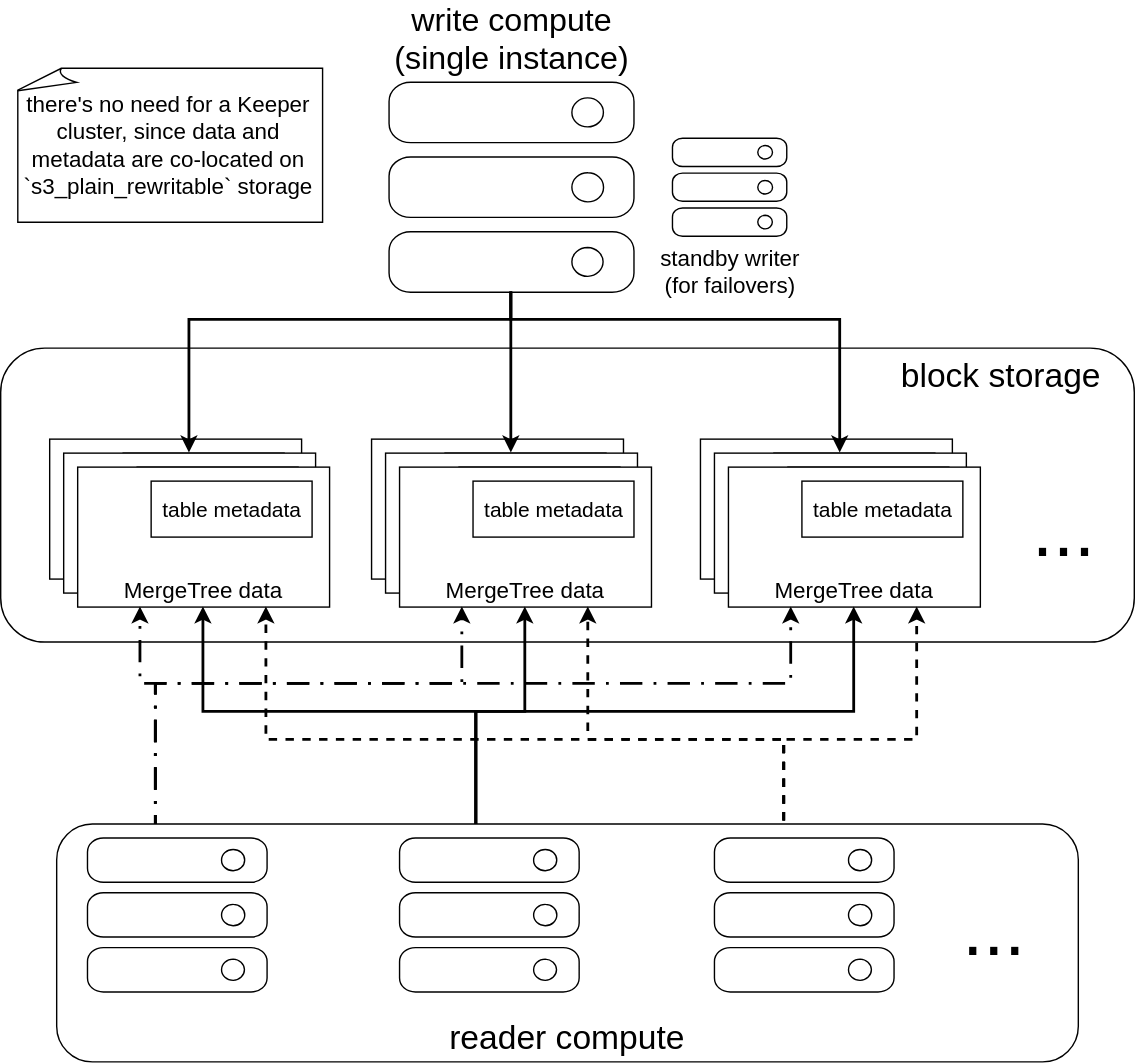
The draw.io diagram clickhouse-swmr.drawio.svg in kasimeka/clickhouse-compute-storage-separation-literature-review, before a commit. Source tidied: cells renumbered, new cells last; positions are measured from the earlier drawing's top-left corner, leaving out a move shared by most shapes. Its diagram source:
```xml
<mxGraphModel>
  <root>
    <mxCell id="0" />
    <mxCell id="1" parent="0" />
    <mxCell id="2" value="&lt;div&gt;standby writer&lt;/div&gt;&lt;div&gt;(for failovers)&lt;/div&gt;" style="html=1;align=center;shadow=0;dashed=0;fillColor=none;strokeColor=light-dark(#000000, #ededed);shape=mxgraph.alibaba_cloud.ecs_elastic_compute_service;verticalAlign=top;labelPosition=center;verticalLabelPosition=bottom;fontSize=16;" parent="1" vertex="1">
      <mxGeometry x="480" y="50" width="81.7" height="70" as="geometry" />
    </mxCell>
    <mxCell id="3" style="group;" parent="1" vertex="1">
      <mxGeometry y="200" width="810" height="210" as="geometry" />
    </mxCell>
    <mxCell id="4" style="group;" parent="3" vertex="1">
      <mxGeometry width="810" height="210" as="geometry" />
    </mxCell>
    <mxCell id="5" style="rounded=1;whiteSpace=wrap;html=1;verticalAlign=bottom;fontSize=24;labelPosition=left;verticalLabelPosition=top;align=right;" parent="4" vertex="1">
      <mxGeometry width="810" height="210" as="geometry" />
    </mxCell>
    <mxCell id="6" value="block storage" style="text;html=1;whiteSpace=wrap;strokeColor=none;fillColor=none;align=center;verticalAlign=middle;rounded=0;fontSize=24;" parent="4" vertex="1">
      <mxGeometry x="630" width="170" height="40" as="geometry" />
    </mxCell>
    <mxCell id="7" value="..." style="text;html=1;whiteSpace=wrap;strokeColor=none;fillColor=none;align=center;verticalAlign=middle;rounded=0;fontSize=54;" parent="4" vertex="1">
      <mxGeometry x="730" y="115" width="60" height="30" as="geometry" />
    </mxCell>
    <mxCell id="8" style="group;" parent="3" vertex="1">
      <mxGeometry x="35" y="65" width="665" height="120" as="geometry" />
    </mxCell>
    <mxCell id="9" style="group;" parent="8" vertex="1">
      <mxGeometry width="200" height="120" as="geometry" />
    </mxCell>
    <mxCell id="10" style="group;" parent="9" vertex="1">
      <mxGeometry width="180" height="100" as="geometry" />
    </mxCell>
    <mxCell id="11" value="&lt;div&gt;MergeTree data&lt;/div&gt;" style="rounded=0;whiteSpace=wrap;html=1;verticalAlign=bottom;fontSize=16;" parent="10" vertex="1">
      <mxGeometry width="180" height="100" as="geometry" />
    </mxCell>
    <mxCell id="12" value="table metadata" style="rounded=0;whiteSpace=wrap;html=1;fontSize=15;" parent="10" vertex="1">
      <mxGeometry x="52.5" y="10" width="115" height="40" as="geometry" />
    </mxCell>
    <mxCell id="13" style="group;" parent="9" vertex="1">
      <mxGeometry x="10" y="10" width="180" height="100" as="geometry" />
    </mxCell>
    <mxCell id="14" value="&lt;div&gt;MergeTree data&lt;/div&gt;" style="rounded=0;whiteSpace=wrap;html=1;verticalAlign=bottom;fontSize=16;" parent="13" vertex="1">
      <mxGeometry width="180" height="100" as="geometry" />
    </mxCell>
    <mxCell id="15" value="table metadata" style="rounded=0;whiteSpace=wrap;html=1;fontSize=15;" parent="13" vertex="1">
      <mxGeometry x="52.5" y="10" width="115" height="40" as="geometry" />
    </mxCell>
    <mxCell id="16" style="group;" parent="9" vertex="1">
      <mxGeometry x="20" y="20" width="180" height="100" as="geometry" />
    </mxCell>
    <mxCell id="17" value="&lt;div&gt;MergeTree data&lt;/div&gt;" style="rounded=0;whiteSpace=wrap;html=1;verticalAlign=bottom;fontSize=16;" parent="16" vertex="1">
      <mxGeometry width="180" height="100" as="geometry" />
    </mxCell>
    <mxCell id="18" value="table metadata" style="rounded=0;whiteSpace=wrap;html=1;fontSize=15;" parent="16" vertex="1">
      <mxGeometry x="52.5" y="10" width="115" height="40" as="geometry" />
    </mxCell>
    <mxCell id="19" style="group;" parent="8" vertex="1">
      <mxGeometry x="465" width="200" height="120" as="geometry" />
    </mxCell>
    <mxCell id="20" style="group;" parent="19" vertex="1">
      <mxGeometry width="180" height="100" as="geometry" />
    </mxCell>
    <mxCell id="21" value="&lt;div&gt;MergeTree data&lt;/div&gt;" style="rounded=0;whiteSpace=wrap;html=1;verticalAlign=bottom;fontSize=16;" parent="20" vertex="1">
      <mxGeometry width="180" height="100" as="geometry" />
    </mxCell>
    <mxCell id="22" value="table metadata" style="rounded=0;whiteSpace=wrap;html=1;fontSize=15;" parent="20" vertex="1">
      <mxGeometry x="52.5" y="10" width="115" height="40" as="geometry" />
    </mxCell>
    <mxCell id="23" style="group;" parent="19" vertex="1">
      <mxGeometry x="10" y="10" width="180" height="100" as="geometry" />
    </mxCell>
    <mxCell id="24" value="&lt;div&gt;MergeTree data&lt;/div&gt;" style="rounded=0;whiteSpace=wrap;html=1;verticalAlign=bottom;fontSize=16;" parent="23" vertex="1">
      <mxGeometry width="180" height="100" as="geometry" />
    </mxCell>
    <mxCell id="25" value="table metadata" style="rounded=0;whiteSpace=wrap;html=1;fontSize=15;" parent="23" vertex="1">
      <mxGeometry x="52.5" y="10" width="115" height="40" as="geometry" />
    </mxCell>
    <mxCell id="26" style="group;" parent="19" vertex="1">
      <mxGeometry x="20" y="20" width="180" height="100" as="geometry" />
    </mxCell>
    <mxCell id="27" value="&lt;div&gt;MergeTree data&lt;/div&gt;" style="rounded=0;whiteSpace=wrap;html=1;verticalAlign=bottom;fontSize=16;" parent="26" vertex="1">
      <mxGeometry width="180" height="100" as="geometry" />
    </mxCell>
    <mxCell id="28" value="table metadata" style="rounded=0;whiteSpace=wrap;html=1;fontSize=15;" parent="26" vertex="1">
      <mxGeometry x="52.5" y="10" width="115" height="40" as="geometry" />
    </mxCell>
    <mxCell id="29" style="group;" parent="8" vertex="1">
      <mxGeometry x="230" width="200" height="120" as="geometry" />
    </mxCell>
    <mxCell id="30" style="group;" parent="29" vertex="1">
      <mxGeometry width="180" height="100" as="geometry" />
    </mxCell>
    <mxCell id="31" value="&lt;div&gt;MergeTree data&lt;/div&gt;" style="rounded=0;whiteSpace=wrap;html=1;verticalAlign=bottom;fontSize=16;" parent="30" vertex="1">
      <mxGeometry width="180" height="100" as="geometry" />
    </mxCell>
    <mxCell id="32" value="table metadata" style="rounded=0;whiteSpace=wrap;html=1;fontSize=15;" parent="30" vertex="1">
      <mxGeometry x="52.5" y="10" width="115" height="40" as="geometry" />
    </mxCell>
    <mxCell id="33" style="group;" parent="29" vertex="1">
      <mxGeometry x="10" y="10" width="180" height="100" as="geometry" />
    </mxCell>
    <mxCell id="34" value="&lt;div&gt;MergeTree data&lt;/div&gt;" style="rounded=0;whiteSpace=wrap;html=1;verticalAlign=bottom;fontSize=16;" parent="33" vertex="1">
      <mxGeometry width="180" height="100" as="geometry" />
    </mxCell>
    <mxCell id="35" value="table metadata" style="rounded=0;whiteSpace=wrap;html=1;fontSize=15;" parent="33" vertex="1">
      <mxGeometry x="52.5" y="10" width="115" height="40" as="geometry" />
    </mxCell>
    <mxCell id="36" style="group;" parent="29" vertex="1">
      <mxGeometry x="20" y="20" width="180" height="100" as="geometry" />
    </mxCell>
    <mxCell id="37" value="&lt;div&gt;MergeTree data&lt;/div&gt;" style="rounded=0;whiteSpace=wrap;html=1;verticalAlign=bottom;fontSize=16;" parent="36" vertex="1">
      <mxGeometry width="180" height="100" as="geometry" />
    </mxCell>
    <mxCell id="38" value="table metadata" style="rounded=0;whiteSpace=wrap;html=1;fontSize=15;" parent="36" vertex="1">
      <mxGeometry x="52.5" y="10" width="115" height="40" as="geometry" />
    </mxCell>
    <mxCell id="39" value="&lt;div&gt;write compute&lt;/div&gt;&lt;div&gt;(single instance)&lt;/div&gt;" style="points=[];html=1;align=center;shadow=0;dashed=0;fillColor=none;strokeColor=light-dark(#000000, #ededed);shape=mxgraph.alibaba_cloud.ecs_elastic_compute_service;verticalAlign=bottom;labelPosition=center;verticalLabelPosition=top;fontSize=23;" parent="1" vertex="1">
      <mxGeometry x="277.5" y="10" width="175" height="150" as="geometry" />
    </mxCell>
    <mxCell id="40" style="edgeStyle=orthogonalEdgeStyle;rounded=0;jettySize=auto;html=1;entryX=0.5;entryY=0;entryDx=0;entryDy=0;strokeWidth=2;" parent="1" edge="1" source="39" target="14">
      <mxGeometry relative="1" as="geometry">
        <Array as="points">
          <mxPoint x="365" y="180" />
          <mxPoint x="135" y="180" />
        </Array>
      </mxGeometry>
    </mxCell>
    <mxCell id="41" style="edgeStyle=orthogonalEdgeStyle;rounded=0;jettySize=auto;html=1;entryX=0.5;entryY=0;entryDx=0;entryDy=0;strokeWidth=2;" parent="1" edge="1" source="39" target="34">
      <mxGeometry relative="1" as="geometry" />
    </mxCell>
    <mxCell id="42" style="edgeStyle=orthogonalEdgeStyle;rounded=0;jettySize=auto;html=1;entryX=0.5;entryY=0;entryDx=0;entryDy=0;strokeWidth=2;" parent="1" edge="1" source="39" target="24">
      <mxGeometry relative="1" as="geometry">
        <Array as="points">
          <mxPoint x="365" y="180" />
          <mxPoint x="600" y="180" />
        </Array>
      </mxGeometry>
    </mxCell>
    <mxCell id="43" style="edgeStyle=orthogonalEdgeStyle;rounded=0;jettySize=auto;html=1;entryX=0.25;entryY=1;entryDx=0;entryDy=0;strokeWidth=2;dashed=1;dashPattern=8 4 1 4;" parent="1" edge="1" source="53" target="27">
      <mxGeometry relative="1" as="geometry">
        <Array as="points">
          <mxPoint x="111" y="440" />
          <mxPoint x="565" y="440" />
        </Array>
      </mxGeometry>
    </mxCell>
    <mxCell id="44" style="edgeStyle=orthogonalEdgeStyle;rounded=0;jettySize=auto;html=1;entryX=0.25;entryY=1;entryDx=0;entryDy=0;strokeWidth=2;dashed=1;dashPattern=8 4 1 4;" parent="1" edge="1" source="53" target="17">
      <mxGeometry relative="1" as="geometry">
        <Array as="points">
          <mxPoint x="111" y="440" />
          <mxPoint x="100" y="440" />
        </Array>
      </mxGeometry>
    </mxCell>
    <mxCell id="45" style="edgeStyle=orthogonalEdgeStyle;rounded=0;jettySize=auto;html=1;entryX=0.25;entryY=1;entryDx=0;entryDy=0;strokeWidth=2;dashed=1;dashPattern=8 4 1 4;" parent="1" edge="1" source="53" target="37">
      <mxGeometry relative="1" as="geometry">
        <Array as="points">
          <mxPoint x="111" y="440" />
          <mxPoint x="330" y="440" />
        </Array>
      </mxGeometry>
    </mxCell>
    <mxCell id="46" style="edgeStyle=orthogonalEdgeStyle;rounded=0;jettySize=auto;html=1;entryX=0.5;entryY=1;entryDx=0;entryDy=0;labelBorderColor=light-dark(default, #646464);strokeWidth=2;" parent="1" edge="1" source="54" target="17">
      <mxGeometry relative="1" as="geometry">
        <Array as="points">
          <mxPoint x="340" y="460" />
          <mxPoint x="145" y="460" />
        </Array>
      </mxGeometry>
    </mxCell>
    <mxCell id="47" style="edgeStyle=orthogonalEdgeStyle;rounded=0;jettySize=auto;html=1;entryX=0.5;entryY=1;entryDx=0;entryDy=0;labelBorderColor=light-dark(default, #646464);strokeWidth=2;" parent="1" edge="1" source="54" target="37">
      <mxGeometry relative="1" as="geometry">
        <Array as="points">
          <mxPoint x="340" y="460" />
          <mxPoint x="375" y="460" />
        </Array>
      </mxGeometry>
    </mxCell>
    <mxCell id="48" style="edgeStyle=orthogonalEdgeStyle;rounded=0;jettySize=auto;html=1;entryX=0.5;entryY=1;entryDx=0;entryDy=0;labelBorderColor=light-dark(default, #646464);strokeWidth=2;" parent="1" edge="1" source="54" target="27">
      <mxGeometry relative="1" as="geometry">
        <Array as="points">
          <mxPoint x="340" y="460" />
          <mxPoint x="610" y="460" />
        </Array>
      </mxGeometry>
    </mxCell>
    <mxCell id="49" style="edgeStyle=orthogonalEdgeStyle;rounded=0;jettySize=auto;html=1;entryX=0.75;entryY=1;entryDx=0;entryDy=0;strokeWidth=2;dashed=1;" parent="1" edge="1" source="55" target="17">
      <mxGeometry relative="1" as="geometry">
        <Array as="points">
          <mxPoint x="560" y="480" />
          <mxPoint x="190" y="480" />
        </Array>
      </mxGeometry>
    </mxCell>
    <mxCell id="50" style="edgeStyle=orthogonalEdgeStyle;rounded=0;jettySize=auto;html=1;entryX=0.75;entryY=1;entryDx=0;entryDy=0;strokeWidth=2;dashed=1;" parent="1" edge="1" source="55" target="37">
      <mxGeometry relative="1" as="geometry">
        <Array as="points">
          <mxPoint x="560" y="480" />
          <mxPoint x="420" y="480" />
        </Array>
      </mxGeometry>
    </mxCell>
    <mxCell id="51" style="edgeStyle=orthogonalEdgeStyle;rounded=0;jettySize=auto;html=1;entryX=0.75;entryY=1;entryDx=0;entryDy=0;strokeWidth=2;dashed=1;" parent="1" edge="1" source="55" target="27">
      <mxGeometry relative="1" as="geometry">
        <Array as="points">
          <mxPoint x="560" y="480" />
          <mxPoint x="655" y="480" />
        </Array>
      </mxGeometry>
    </mxCell>
    <mxCell id="52" value="reader compute" style="rounded=1;whiteSpace=wrap;html=1;verticalAlign=bottom;fontSize=24;" parent="1" vertex="1">
      <mxGeometry x="40" y="540" width="730" height="170" as="geometry" />
    </mxCell>
    <mxCell id="53" style="points=[];html=1;align=center;shadow=0;dashed=0;fillColor=none;strokeColor=light-dark(#000000, #ededed);shape=mxgraph.alibaba_cloud.ecs_elastic_compute_service;verticalAlign=bottom;labelPosition=center;verticalLabelPosition=top;fontSize=23;" parent="1" vertex="1">
      <mxGeometry x="62" y="550" width="128.3" height="110" as="geometry" />
    </mxCell>
    <mxCell id="54" style="points=[];html=1;align=center;shadow=0;dashed=0;fillColor=none;strokeColor=light-dark(#000000, #ededed);shape=mxgraph.alibaba_cloud.ecs_elastic_compute_service;verticalAlign=bottom;labelPosition=center;verticalLabelPosition=top;fontSize=23;" parent="1" vertex="1">
      <mxGeometry x="285" y="550" width="128.3" height="110" as="geometry" />
    </mxCell>
    <mxCell id="55" style="points=[];html=1;align=center;shadow=0;dashed=0;fillColor=none;strokeColor=light-dark(#000000, #ededed);shape=mxgraph.alibaba_cloud.ecs_elastic_compute_service;verticalAlign=bottom;labelPosition=center;verticalLabelPosition=top;fontSize=23;" parent="1" vertex="1">
      <mxGeometry x="510" y="550" width="128.3" height="110" as="geometry" />
    </mxCell>
    <mxCell id="56" value="..." style="text;html=1;whiteSpace=wrap;strokeColor=none;fillColor=none;align=center;verticalAlign=middle;rounded=0;fontSize=54;" parent="1" vertex="1">
      <mxGeometry x="680" y="600" width="60" height="30" as="geometry" />
    </mxCell>
    <mxCell id="57" value="&lt;div&gt;&lt;font style=&quot;font-size: 16px;&quot;&gt;there's no need for a Keeper cluster, since data and metadata are co-located on `s3_plain_rewritable` storage&lt;/font&gt;&lt;/div&gt;" style="whiteSpace=wrap;html=1;shape=mxgraph.basic.document;flipH=1;legacyAnchorPoints=0;align=center;" parent="1" vertex="1">
      <mxGeometry x="10" width="220" height="110" as="geometry" />
    </mxCell>
  </root>
</mxGraphModel>
```
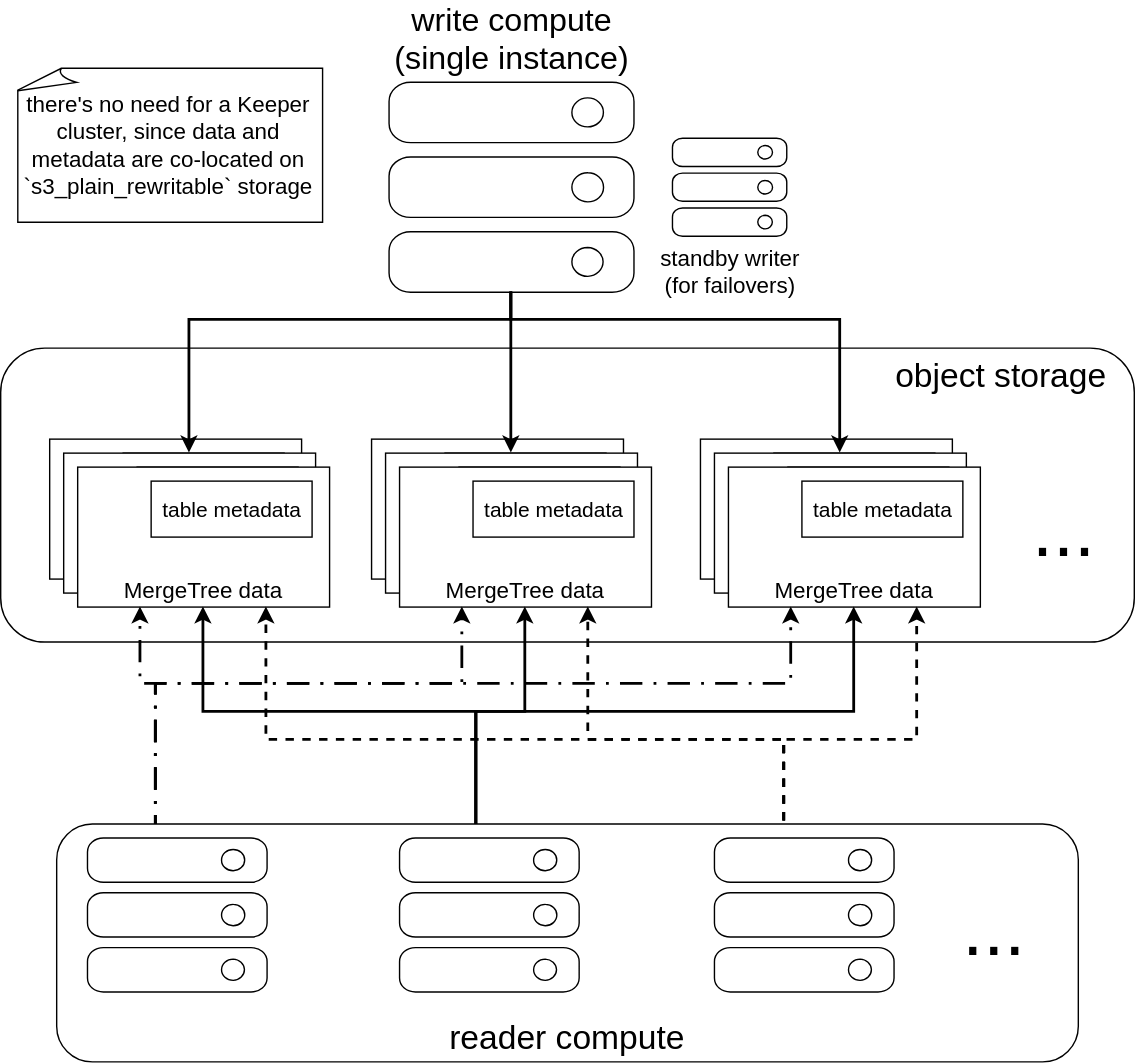
The same diagram one commit later.

Commit message:
fix object storage label in SWMR cluster diagram

Change to the diagram source:
```diff
@@ -14,7 +14,7 @@
     <mxCell id="5" style="rounded=1;whiteSpace=wrap;html=1;verticalAlign=bottom;fontSize=24;labelPosition=left;verticalLabelPosition=top;align=right;" parent="4" vertex="1">
       <mxGeometry width="810" height="210" as="geometry" />
     </mxCell>
-    <mxCell id="6" value="block storage" style="text;html=1;whiteSpace=wrap;strokeColor=none;fillColor=none;align=center;verticalAlign=middle;rounded=0;fontSize=24;" parent="4" vertex="1">
+    <mxCell id="6" value="object storage" style="text;html=1;whiteSpace=wrap;strokeColor=none;fillColor=none;align=center;verticalAlign=middle;rounded=0;fontSize=24;" parent="4" vertex="1">
       <mxGeometry x="630" width="170" height="40" as="geometry" />
     </mxCell>
     <mxCell id="7" value="..." style="text;html=1;whiteSpace=wrap;strokeColor=none;fillColor=none;align=center;verticalAlign=middle;rounded=0;fontSize=54;" parent="4" vertex="1">
```
